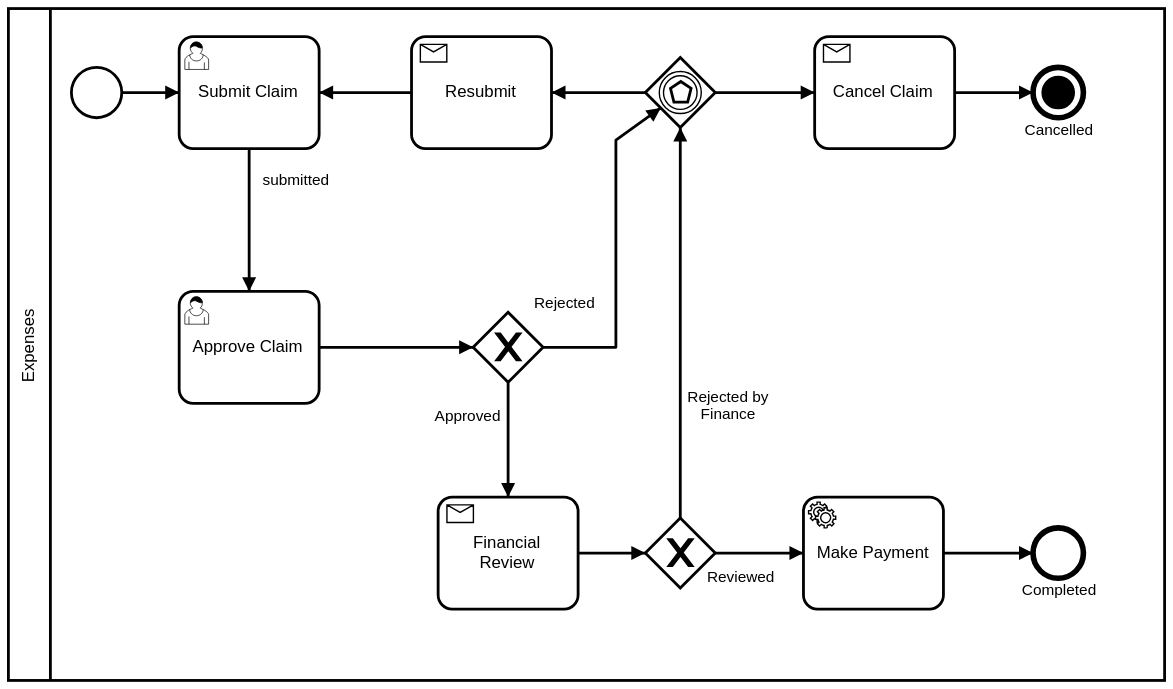
Before: processes/Expense Claim Simplified.svg, a diagram exported from BPMN (kubajal/workflow). Its source is kept beside it as processes/Expense Claim Simplified.bpmn. Ids are renumbered.
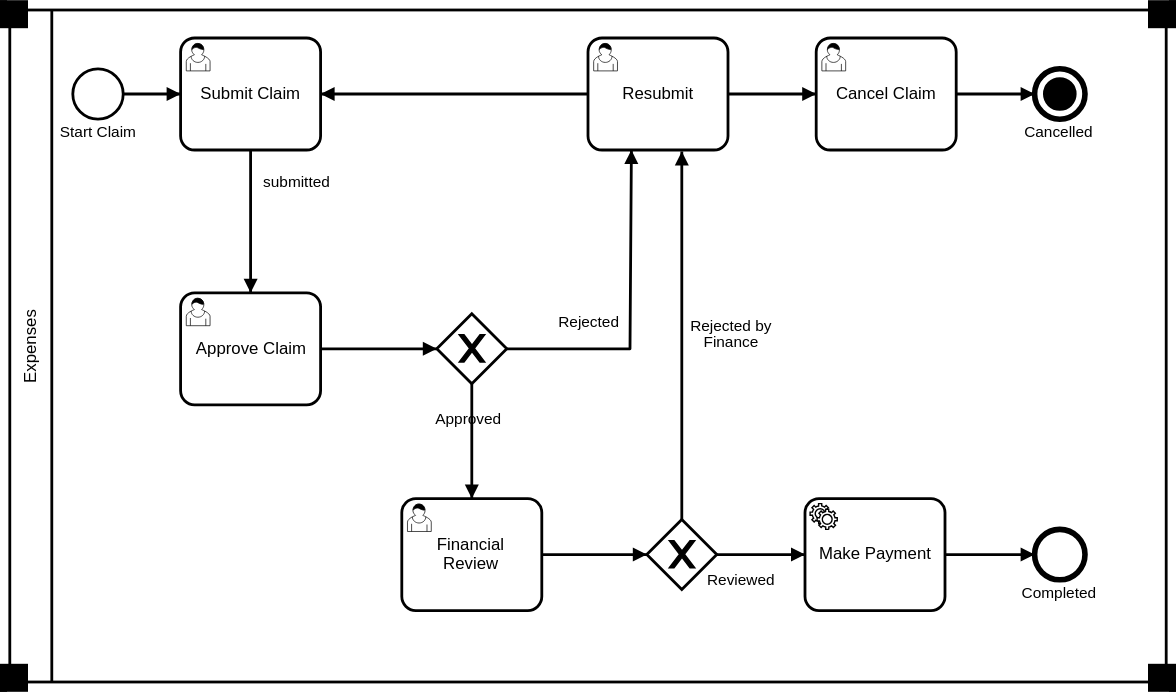
After the change.

What changed in the source:
```diff
@@ -3,30 +3,11 @@
     <bpmn2:participant id="Participant_n2" name="Expenses" processRef="Process_1" />
   </bpmn2:collaboration>
   <bpmn2:process id="Process_1" isExecutable="false">
-    <bpmn2:eventBasedGateway id="EventBasedGateway_n3">
-      <bpmn2:incoming>SequenceFlow_n4</bpmn2:incoming>
-      <bpmn2:incoming>SequenceFlow_n5</bpmn2:incoming>
-      <bpmn2:outgoing>SequenceFlow_n6</bpmn2:outgoing>
-      <bpmn2:outgoing>SequenceFlow_n7</bpmn2:outgoing>
-    </bpmn2:eventBasedGateway>
-    <bpmn2:receiveTask id="ReceiveTask_n8" name="Resubmit">
-      <bpmn2:incoming>SequenceFlow_n6</bpmn2:incoming>
-      <bpmn2:outgoing>SequenceFlow_n9</bpmn2:outgoing>
-    </bpmn2:receiveTask>
-    <bpmn2:exclusiveGateway id="ExclusiveGateway_n10">
-      <bpmn2:incoming>SequenceFlow_n11</bpmn2:incoming>
-      <bpmn2:outgoing>SequenceFlow_n12</bpmn2:outgoing>
-      <bpmn2:outgoing>SequenceFlow_n4</bpmn2:outgoing>
-    </bpmn2:exclusiveGateway>
     <bpmn2:exclusiveGateway id="ExclusiveGateway_n13">
       <bpmn2:incoming>SequenceFlow_n14</bpmn2:incoming>
       <bpmn2:outgoing>SequenceFlow_n15</bpmn2:outgoing>
-      <bpmn2:outgoing>SequenceFlow_n5</bpmn2:outgoing>
+      <bpmn2:outgoing>SequenceFlow_n27</bpmn2:outgoing>
     </bpmn2:exclusiveGateway>
-    <bpmn2:receiveTask id="ReceiveTask_n16" name="Financial Review">
-      <bpmn2:incoming>SequenceFlow_n12</bpmn2:incoming>
-      <bpmn2:outgoing>SequenceFlow_n14</bpmn2:outgoing>
-    </bpmn2:receiveTask>
     <bpmn2:endEvent id="EndEvent_n17" name="Completed">
       <bpmn2:incoming>SequenceFlow_n18</bpmn2:incoming>
     </bpmn2:endEvent>
@@ -35,7 +16,7 @@
       <bpmn2:incoming>SequenceFlow_n9</bpmn2:incoming>
       <bpmn2:outgoing>SequenceFlow_n21</bpmn2:outgoing>
     </bpmn2:userTask>
-    <bpmn2:startEvent id="StartEvent_1">
+    <bpmn2:startEvent id="StartEvent_1" name="Start Claim">
       <bpmn2:outgoing>SequenceFlow_n20</bpmn2:outgoing>
     </bpmn2:startEvent>
     <bpmn2:userTask id="UserTask_n22" name="Approve Claim">
@@ -50,180 +31,178 @@
       <bpmn2:incoming>SequenceFlow_n25</bpmn2:incoming>
       <bpmn2:terminateEventDefinition />
     </bpmn2:endEvent>
-    <bpmn2:sequenceFlow id="SequenceFlow_n4" name="Rejected" sourceRef="ExclusiveGateway_n10" targetRef="EventBasedGateway_n3" />
-    <bpmn2:sequenceFlow id="SequenceFlow_n5" name="Rejected by Finance" sourceRef="ExclusiveGateway_n13" targetRef="EventBasedGateway_n3" />
-    <bpmn2:sequenceFlow id="SequenceFlow_n6" sourceRef="EventBasedGateway_n3" targetRef="ReceiveTask_n8" />
-    <bpmn2:sequenceFlow id="SequenceFlow_n7" sourceRef="EventBasedGateway_n3" targetRef="ReceiveTask_n26" />
-    <bpmn2:sequenceFlow id="SequenceFlow_n9" sourceRef="ReceiveTask_n8" targetRef="UserTask_n19" />
+    <bpmn2:sequenceFlow id="SequenceFlow_n9" sourceRef="UserTask_n28" targetRef="UserTask_n19" />
     <bpmn2:sequenceFlow id="SequenceFlow_n11" sourceRef="UserTask_n22" targetRef="ExclusiveGateway_n10" />
-    <bpmn2:sequenceFlow id="SequenceFlow_n12" name="Approved" sourceRef="ExclusiveGateway_n10" targetRef="ReceiveTask_n16" />
-    <bpmn2:sequenceFlow id="SequenceFlow_n14" sourceRef="ReceiveTask_n16" targetRef="ExclusiveGateway_n13" />
+    <bpmn2:sequenceFlow id="SequenceFlow_n12" name="Approved" sourceRef="ExclusiveGateway_n10" targetRef="UserTask_n29" />
+    <bpmn2:sequenceFlow id="SequenceFlow_n14" sourceRef="UserTask_n29" targetRef="ExclusiveGateway_n13" />
     <bpmn2:sequenceFlow id="SequenceFlow_n15" name="Reviewed" sourceRef="ExclusiveGateway_n13" targetRef="ServiceTask_n23" />
     <bpmn2:sequenceFlow id="SequenceFlow_n18" sourceRef="ServiceTask_n23" targetRef="EndEvent_n17" />
     <bpmn2:sequenceFlow id="SequenceFlow_n20" sourceRef="StartEvent_1" targetRef="UserTask_n19" />
     <bpmn2:sequenceFlow id="SequenceFlow_n21" name="submitted" sourceRef="UserTask_n19" targetRef="UserTask_n22" />
-    <bpmn2:sequenceFlow id="SequenceFlow_n25" sourceRef="ReceiveTask_n26" targetRef="EndEvent_n24" />
-    <bpmn2:receiveTask id="ReceiveTask_n26" name="Cancel Claim">
-      <bpmn2:incoming>SequenceFlow_n7</bpmn2:incoming>
+    <bpmn2:sequenceFlow id="SequenceFlow_n25" sourceRef="UserTask_n30" targetRef="EndEvent_n24" />
+    <bpmn2:userTask id="UserTask_n30" name="Cancel Claim">
+      <bpmn2:incoming>SequenceFlow_n31</bpmn2:incoming>
       <bpmn2:outgoing>SequenceFlow_n25</bpmn2:outgoing>
-    </bpmn2:receiveTask>
+    </bpmn2:userTask>
+    <bpmn2:sequenceFlow id="SequenceFlow_n31" sourceRef="UserTask_n28" targetRef="UserTask_n30" />
+    <bpmn2:userTask id="UserTask_n28" name="Resubmit">
+      <bpmn2:incoming>SequenceFlow_n32</bpmn2:incoming>
+      <bpmn2:incoming>SequenceFlow_n27</bpmn2:incoming>
+      <bpmn2:outgoing>SequenceFlow_n9</bpmn2:outgoing>
+      <bpmn2:outgoing>SequenceFlow_n31</bpmn2:outgoing>
+    </bpmn2:userTask>
+    <bpmn2:sequenceFlow id="SequenceFlow_n32" name="Rejected" sourceRef="ExclusiveGateway_n10" targetRef="UserTask_n28" />
+    <bpmn2:sequenceFlow id="SequenceFlow_n27" name="Rejected by Finance" sourceRef="ExclusiveGateway_n13" targetRef="UserTask_n28" />
+    <bpmn2:userTask id="UserTask_n29" name="Financial Review">
+      <bpmn2:incoming>SequenceFlow_n12</bpmn2:incoming>
+      <bpmn2:outgoing>SequenceFlow_n14</bpmn2:outgoing>
+    </bpmn2:userTask>
+    <bpmn2:exclusiveGateway id="ExclusiveGateway_n10">
+      <bpmn2:incoming>SequenceFlow_n11</bpmn2:incoming>
+      <bpmn2:outgoing>SequenceFlow_n12</bpmn2:outgoing>
+      <bpmn2:outgoing>SequenceFlow_n32</bpmn2:outgoing>
+    </bpmn2:exclusiveGateway>
   </bpmn2:process>
   <bpmndi:BPMNDiagram id="BPMNDiagram_1">
     <bpmndi:BPMNPlane id="BPMNPlane_1" bpmnElement="Collaboration_n1">
       <bpmndi:BPMNShape id="Participant_n2_di" bpmnElement="Participant_n2">
-        <dc:Bounds x="95" y="18" width="826" height="480" />
+        <dc:Bounds x="100" y="33" width="826" height="480" />
       </bpmndi:BPMNShape>
       <bpmndi:BPMNShape id="_BPMNShape_StartEvent_2" bpmnElement="StartEvent_1">
-        <dc:Bounds x="140" y="60" width="36" height="36" />
+        <dc:Bounds x="145" y="75" width="36" height="36" />
         <bpmndi:BPMNLabel>
-          <dc:Bounds x="113" y="96" width="90" height="20" />
+          <dc:Bounds x="118" y="111" width="90" height="20" />
         </bpmndi:BPMNLabel>
       </bpmndi:BPMNShape>
       <bpmndi:BPMNEdge id="SequenceFlow_n20_di" bpmnElement="SequenceFlow_n20">
-        <di:waypoint xsi:type="dc:Point" x="176" y="78" />
-        <di:waypoint xsi:type="dc:Point" x="217" y="78" />
+        <di:waypoint xsi:type="dc:Point" x="181" y="93" />
+        <di:waypoint xsi:type="dc:Point" x="222" y="93" />
         <bpmndi:BPMNLabel>
-          <dc:Bounds x="189" y="107" width="90" height="20" />
+          <dc:Bounds x="194" y="122" width="90" height="20" />
         </bpmndi:BPMNLabel>
       </bpmndi:BPMNEdge>
       <bpmndi:BPMNShape id="ExclusiveGateway_n10_di" bpmnElement="ExclusiveGateway_n10" isMarkerVisible="true">
-        <dc:Bounds x="427" y="235" width="50" height="50" />
+        <dc:Bounds x="405" y="250" width="50" height="50" />
         <bpmndi:BPMNLabel>
-          <dc:Bounds x="407" y="285" width="90" height="20" />
+          <dc:Bounds x="385" y="300" width="90" height="20" />
         </bpmndi:BPMNLabel>
       </bpmndi:BPMNShape>
       <bpmndi:BPMNShape id="EndEvent_n17_di" bpmnElement="EndEvent_n17">
-        <dc:Bounds x="827" y="389" width="36" height="36" />
+        <dc:Bounds x="832" y="404" width="36" height="36" />
         <bpmndi:BPMNLabel>
-          <dc:Bounds x="800" y="425" width="90" height="20" />
+          <dc:Bounds x="805" y="440" width="90" height="20" />
         </bpmndi:BPMNLabel>
       </bpmndi:BPMNShape>
       <bpmndi:BPMNShape id="ExclusiveGateway_n13_di" bpmnElement="ExclusiveGateway_n13" isMarkerVisible="true">
-        <dc:Bounds x="550" y="382" width="50" height="50" />
+        <dc:Bounds x="555" y="397" width="50" height="50" />
         <bpmndi:BPMNLabel>
-          <dc:Bounds x="530" y="432" width="90" height="20" />
+          <dc:Bounds x="535" y="447" width="90" height="20" />
         </bpmndi:BPMNLabel>
       </bpmndi:BPMNShape>
-      <bpmndi:BPMNShape id="ReceiveTask_n16_di" bpmnElement="ReceiveTask_n16">
-        <dc:Bounds x="402" y="367" width="100" height="80" />
-      </bpmndi:BPMNShape>
       <bpmndi:BPMNShape id="UserTask_n19_di" bpmnElement="UserTask_n19">
-        <dc:Bounds x="217" y="38" width="100" height="80" />
+        <dc:Bounds x="222" y="53" width="100" height="80" />
       </bpmndi:BPMNShape>
       <bpmndi:BPMNShape id="UserTask_n22_di" bpmnElement="UserTask_n22">
-        <dc:Bounds x="217" y="220" width="100" height="80" />
+        <dc:Bounds x="222" y="235" width="100" height="80" />
       </bpmndi:BPMNShape>
-      <bpmndi:BPMNShape id="EventBasedGateway_n3_di" bpmnElement="EventBasedGateway_n3">
-        <dc:Bounds x="550" y="53" width="50" height="50" />
+      <bpmndi:BPMNShape id="EndEvent_n24_di" bpmnElement="EndEvent_n24">
+        <dc:Bounds x="832" y="75" width="36" height="36" />
         <bpmndi:BPMNLabel>
-          <dc:Bounds x="530" y="103" width="90" height="20" />
+          <dc:Bounds x="805" y="111" width="90" height="20" />
         </bpmndi:BPMNLabel>
       </bpmndi:BPMNShape>
-      <bpmndi:BPMNShape id="EndEvent_n24_di" bpmnElement="EndEvent_n24">
-        <dc:Bounds x="827" y="60" width="36" height="36" />
+      <bpmndi:BPMNEdge id="SequenceFlow_n9_di" bpmnElement="SequenceFlow_n9">
+        <di:waypoint xsi:type="dc:Point" x="513" y="93" />
+        <di:waypoint xsi:type="dc:Point" x="322" y="93" />
         <bpmndi:BPMNLabel>
-          <dc:Bounds x="800" y="96" width="90" height="20" />
-        </bpmndi:BPMNLabel>
-      </bpmndi:BPMNShape>
-      <bpmndi:BPMNShape id="ReceiveTask_n8_di" bpmnElement="ReceiveTask_n8">
-        <dc:Bounds x="383" y="38" width="100" height="80" />
-      </bpmndi:BPMNShape>
-      <bpmndi:BPMNEdge id="SequenceFlow_n6_di" bpmnElement="SequenceFlow_n6">
-        <di:waypoint xsi:type="dc:Point" x="550" y="78" />
-        <di:waypoint xsi:type="dc:Point" x="483" y="78" />
-        <bpmndi:BPMNLabel>
-          <dc:Bounds x="491" y="83" width="90" height="20" />
-        </bpmndi:BPMNLabel>
-      </bpmndi:BPMNEdge>
-      <bpmndi:BPMNEdge id="SequenceFlow_n9_di" bpmnElement="SequenceFlow_n9">
-        <di:waypoint xsi:type="dc:Point" x="383" y="78" />
-        <di:waypoint xsi:type="dc:Point" x="349" y="78" />
-        <di:waypoint xsi:type="dc:Point" x="349" y="78" />
-        <di:waypoint xsi:type="dc:Point" x="317" y="78" />
-        <bpmndi:BPMNLabel>
-          <dc:Bounds x="330" y="83" width="90" height="20" />
-        </bpmndi:BPMNLabel>
-      </bpmndi:BPMNEdge>
-      <bpmndi:BPMNShape id="ReceiveTask_n26_di" bpmnElement="ReceiveTask_n26">
-        <dc:Bounds x="671" y="38" width="100" height="80" />
-      </bpmndi:BPMNShape>
-      <bpmndi:BPMNEdge id="SequenceFlow_n7_di" bpmnElement="SequenceFlow_n7">
-        <di:waypoint xsi:type="dc:Point" x="600" y="78" />
-        <di:waypoint xsi:type="dc:Point" x="671" y="78" />
-        <bpmndi:BPMNLabel>
-          <dc:Bounds x="559" y="68" width="90" height="20" />
+          <dc:Bounds x="335" y="98" width="90" height="20" />
         </bpmndi:BPMNLabel>
       </bpmndi:BPMNEdge>
       <bpmndi:BPMNEdge id="SequenceFlow_n25_di" bpmnElement="SequenceFlow_n25">
-        <di:waypoint xsi:type="dc:Point" x="771" y="78" />
-        <di:waypoint xsi:type="dc:Point" x="827" y="78" />
+        <di:waypoint xsi:type="dc:Point" x="776" y="93" />
+        <di:waypoint xsi:type="dc:Point" x="832" y="93" />
         <bpmndi:BPMNLabel>
-          <dc:Bounds x="713" y="68" width="90" height="20" />
+          <dc:Bounds x="718" y="83" width="90" height="20" />
         </bpmndi:BPMNLabel>
       </bpmndi:BPMNEdge>
       <bpmndi:BPMNShape id="ServiceTask_n23_di" bpmnElement="ServiceTask_n23">
-        <dc:Bounds x="663" y="367" width="100" height="80" />
+        <dc:Bounds x="668" y="382" width="100" height="80" />
       </bpmndi:BPMNShape>
       <bpmndi:BPMNEdge id="SequenceFlow_n21_di" bpmnElement="SequenceFlow_n21">
-        <di:waypoint xsi:type="dc:Point" x="267" y="118" />
-        <di:waypoint xsi:type="dc:Point" x="267" y="184" />
-        <di:waypoint xsi:type="dc:Point" x="267" y="184" />
-        <di:waypoint xsi:type="dc:Point" x="267" y="220" />
+        <di:waypoint xsi:type="dc:Point" x="272" y="133" />
+        <di:waypoint xsi:type="dc:Point" x="272" y="199" />
+        <di:waypoint xsi:type="dc:Point" x="272" y="199" />
+        <di:waypoint xsi:type="dc:Point" x="272" y="235" />
         <bpmndi:BPMNLabel>
-          <dc:Bounds x="255" y="132" width="90" height="20" />
+          <dc:Bounds x="260" y="147" width="90" height="20" />
         </bpmndi:BPMNLabel>
       </bpmndi:BPMNEdge>
       <bpmndi:BPMNEdge id="SequenceFlow_n11_di" bpmnElement="SequenceFlow_n11">
-        <di:waypoint xsi:type="dc:Point" x="317" y="260" />
-        <di:waypoint xsi:type="dc:Point" x="427" y="260" />
+        <di:waypoint xsi:type="dc:Point" x="322" y="275" />
+        <di:waypoint xsi:type="dc:Point" x="405" y="275" />
         <bpmndi:BPMNLabel>
-          <dc:Bounds x="305" y="266" width="90" height="20" />
+          <dc:Bounds x="310" y="281" width="90" height="20" />
         </bpmndi:BPMNLabel>
       </bpmndi:BPMNEdge>
       <bpmndi:BPMNEdge id="SequenceFlow_n14_di" bpmnElement="SequenceFlow_n14">
-        <di:waypoint xsi:type="dc:Point" x="502" y="407" />
-        <di:waypoint xsi:type="dc:Point" x="526" y="407" />
-        <di:waypoint xsi:type="dc:Point" x="526" y="407" />
-        <di:waypoint xsi:type="dc:Point" x="550" y="407" />
+        <di:waypoint xsi:type="dc:Point" x="480" y="422" />
+        <di:waypoint xsi:type="dc:Point" x="555" y="422" />
         <bpmndi:BPMNLabel>
-          <dc:Bounds x="383" y="440" width="90" height="20" />
+          <dc:Bounds x="388" y="455" width="90" height="20" />
         </bpmndi:BPMNLabel>
       </bpmndi:BPMNEdge>
       <bpmndi:BPMNEdge id="SequenceFlow_n12_di" bpmnElement="SequenceFlow_n12">
-        <di:waypoint xsi:type="dc:Point" x="452" y="285" />
-        <di:waypoint xsi:type="dc:Point" x="452" y="367" />
+        <di:waypoint xsi:type="dc:Point" x="430" y="300" />
+        <di:waypoint xsi:type="dc:Point" x="430" y="341" />
+        <di:waypoint xsi:type="dc:Point" x="430" y="341" />
+        <di:waypoint xsi:type="dc:Point" x="430" y="382" />
         <bpmndi:BPMNLabel>
-          <dc:Bounds x="378" y="301" width="90" height="20" />
+          <dc:Bounds x="383" y="316" width="90" height="20" />
         </bpmndi:BPMNLabel>
       </bpmndi:BPMNEdge>
       <bpmndi:BPMNEdge id="SequenceFlow_n15_di" bpmnElement="SequenceFlow_n15">
-        <di:waypoint xsi:type="dc:Point" x="600" y="407" />
-        <di:waypoint xsi:type="dc:Point" x="663" y="407" />
+        <di:waypoint xsi:type="dc:Point" x="605" y="422" />
+        <di:waypoint xsi:type="dc:Point" x="668" y="422" />
         <bpmndi:BPMNLabel>
-          <dc:Bounds x="573" y="416" width="90" height="20" />
+          <dc:Bounds x="578" y="431" width="90" height="20" />
         </bpmndi:BPMNLabel>
       </bpmndi:BPMNEdge>
       <bpmndi:BPMNEdge id="SequenceFlow_n18_di" bpmnElement="SequenceFlow_n18">
-        <di:waypoint xsi:type="dc:Point" x="763" y="407" />
-        <di:waypoint xsi:type="dc:Point" x="827" y="407" />
+        <di:waypoint xsi:type="dc:Point" x="768" y="422" />
+        <di:waypoint xsi:type="dc:Point" x="832" y="422" />
         <bpmndi:BPMNLabel>
-          <dc:Bounds x="744" y="291" width="90" height="20" />
+          <dc:Bounds x="749" y="306" width="90" height="20" />
         </bpmndi:BPMNLabel>
       </bpmndi:BPMNEdge>
-      <bpmndi:BPMNEdge id="SequenceFlow_n4_di" bpmnElement="SequenceFlow_n4">
-        <di:waypoint xsi:type="dc:Point" x="477" y="260" />
-        <di:waypoint xsi:type="dc:Point" x="529" y="260" />
-        <di:waypoint xsi:type="dc:Point" x="529" y="112" />
-        <di:waypoint xsi:type="dc:Point" x="561" y="89" />
+      <bpmndi:BPMNShape id="UserTask_n29_di" bpmnElement="UserTask_n29">
+        <dc:Bounds x="380" y="382" width="100" height="80" />
+      </bpmndi:BPMNShape>
+      <bpmndi:BPMNShape id="UserTask_n30_di" bpmnElement="UserTask_n30">
+        <dc:Bounds x="676" y="53" width="100" height="80" />
+      </bpmndi:BPMNShape>
+      <bpmndi:BPMNShape id="UserTask_n28_di" bpmnElement="UserTask_n28">
+        <dc:Bounds x="513" y="53" width="100" height="80" />
+      </bpmndi:BPMNShape>
+      <bpmndi:BPMNEdge id="SequenceFlow_n31_di" bpmnElement="SequenceFlow_n31">
+        <di:waypoint xsi:type="dc:Point" x="613" y="93" />
+        <di:waypoint xsi:type="dc:Point" x="676" y="93" />
         <bpmndi:BPMNLabel>
-          <dc:Bounds x="447" y="220" width="90" height="20" />
+          <dc:Bounds x="598.5" y="83" width="90" height="20" />
         </bpmndi:BPMNLabel>
       </bpmndi:BPMNEdge>
-      <bpmndi:BPMNEdge id="SequenceFlow_n5_di" bpmnElement="SequenceFlow_n5">
-        <di:waypoint xsi:type="dc:Point" x="575" y="382" />
-        <di:waypoint xsi:type="dc:Point" x="575" y="103" />
+      <bpmndi:BPMNEdge id="SequenceFlow_n32_di" bpmnElement="SequenceFlow_n32">
+        <di:waypoint xsi:type="dc:Point" x="455" y="275" />
+        <di:waypoint xsi:type="dc:Point" x="543" y="275" />
+        <di:waypoint xsi:type="dc:Point" x="544" y="133" />
         <bpmndi:BPMNLabel>
-          <dc:Bounds x="564" y="287" width="90" height="20" />
+          <dc:Bounds x="469" y="247" width="90" height="20" />
+        </bpmndi:BPMNLabel>
+      </bpmndi:BPMNEdge>
+      <bpmndi:BPMNEdge id="SequenceFlow_n27_di" bpmnElement="SequenceFlow_n27">
+        <di:waypoint xsi:type="dc:Point" x="580" y="397" />
+        <di:waypoint xsi:type="dc:Point" x="580" y="134" />
+        <bpmndi:BPMNLabel>
+          <dc:Bounds x="569.5" y="250" width="90" height="20" />
         </bpmndi:BPMNLabel>
       </bpmndi:BPMNEdge>
     </bpmndi:BPMNPlane>
```
